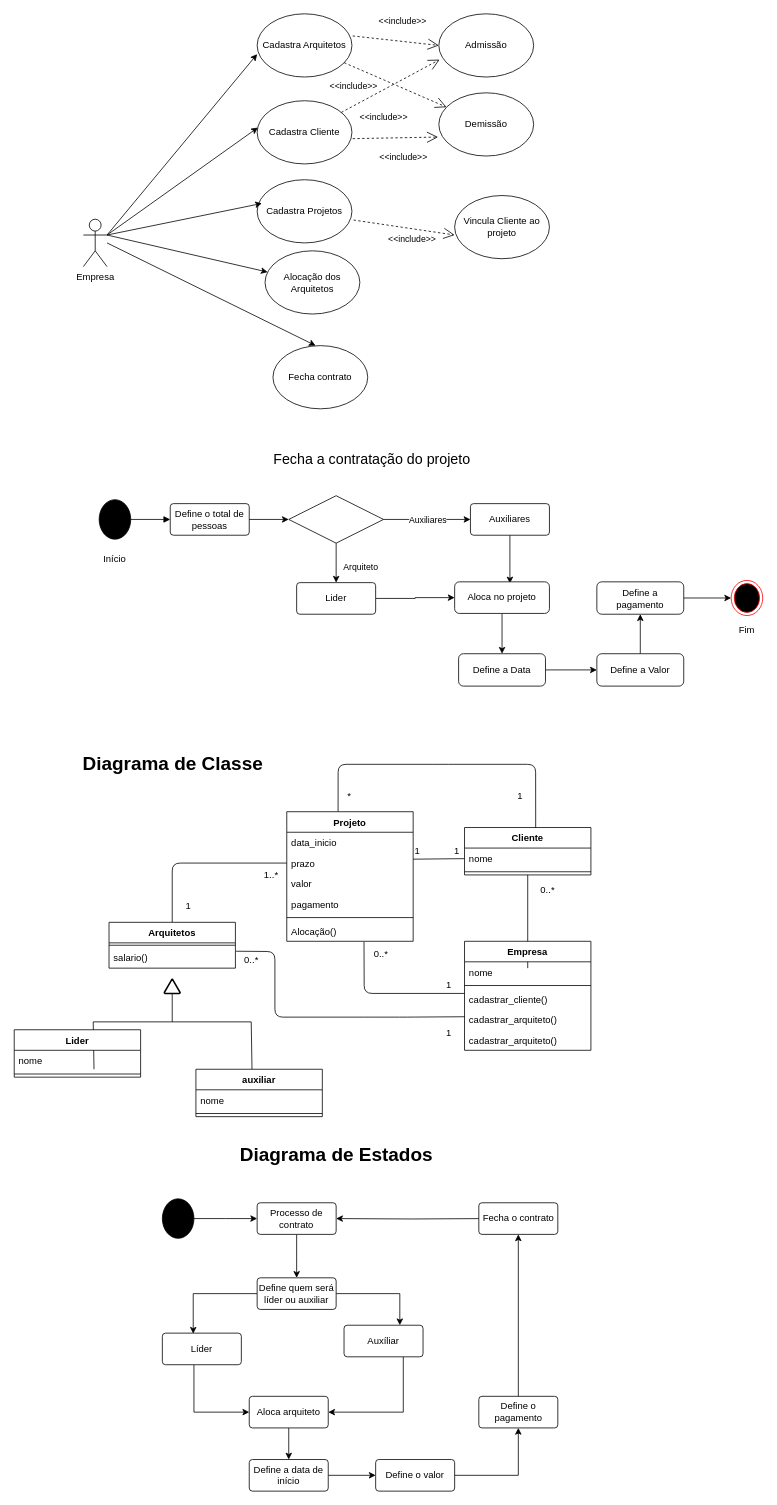
This is Untitled Diagram.drawio from EdneiFNeto/UML, a draw.io file, before an edit. Source tidied: cells renumbered, new cells numbered last; positions are measured from the earlier drawing's top-left corner, leaving out a move shared by most shapes. Both pictures are drawn from the tidied source at 79%, with x=0, y=0 at pixel (13, 13).
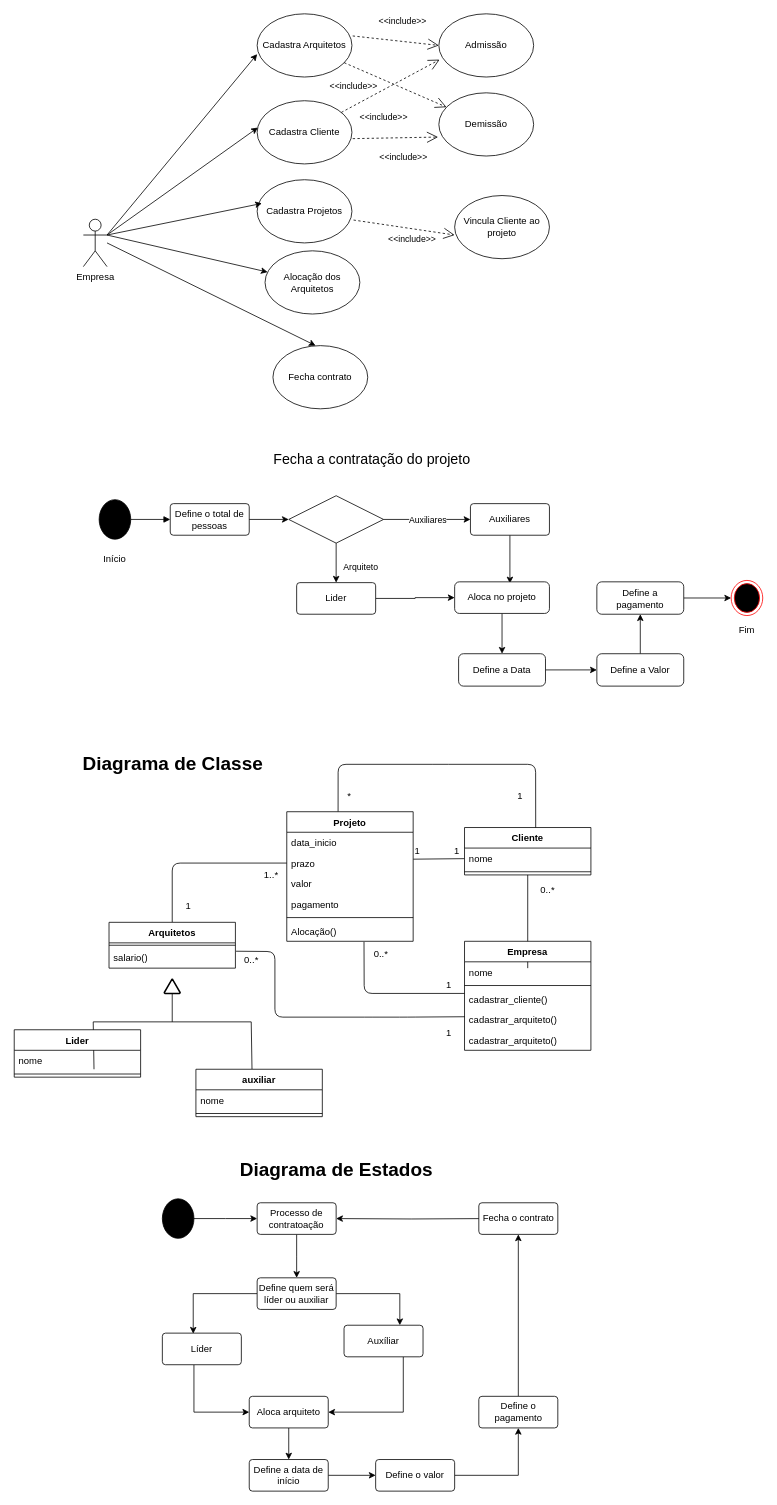
The same page after the edit.

Commit message:
Processo de contratação

The edit, as a diff of the source:
```diff
@@
-    <mxCell id="72" value="Processo de contrato" style="rounded=1;arcSize=10;whiteSpace=wrap;html=1;align=center;" parent="1" vertex="1">
+    <mxCell id="72" value="Processo de contratoação" style="rounded=1;arcSize=10;whiteSpace=wrap;html=1;align=center;" parent="1" vertex="1">
       <mxGeometry x="308" y="1505" width="100" height="40" as="geometry" />
     </mxCell>
@@
     <mxCell id="115" value="Diagrama de Estados" style="text;strokeColor=none;fillColor=none;html=1;fontSize=24;fontStyle=1;verticalAlign=middle;align=center;" parent="1" vertex="1">
-      <mxGeometry x="358" y="1424" width="100" height="40" as="geometry" />
+      <mxGeometry x="358" y="1444" width="100" height="40" as="geometry" />
     </mxCell>
```
